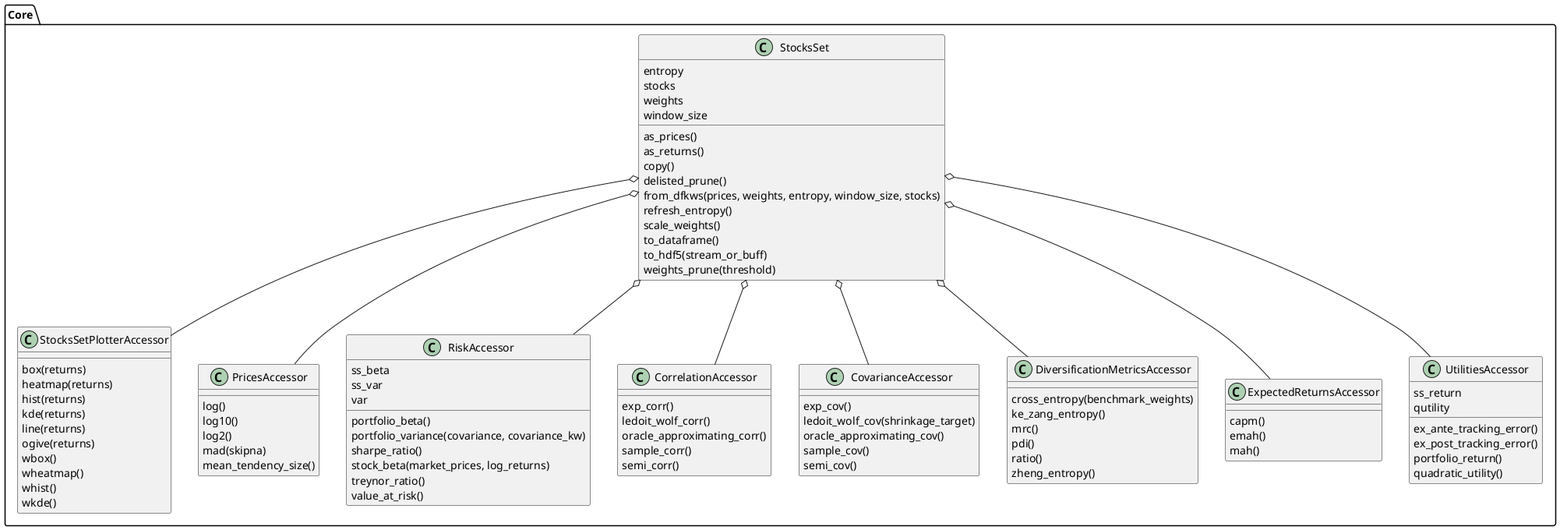
This is assets/diagrams/classes_core.png from quatrope/garpar, a PlantUML export, as it was before one commit.
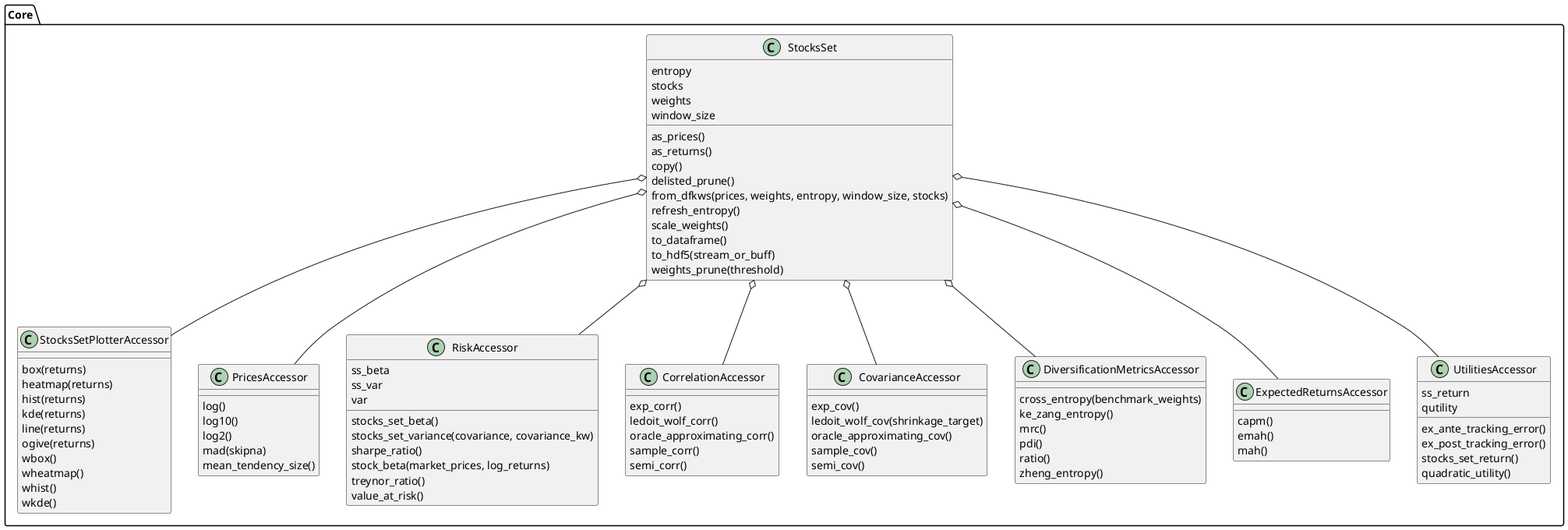
After the change.

The edit, as a diff of the source:
```diff
@@ -2,7 +2,7 @@
 set namespaceSeparator none
 package Core{
 
-  class "StocksSet" as garpar.core.portfolio.StocksSet {
+  class "StocksSet" as garpar.core.stocks_set.StocksSet {
     entropy
     stocks
     weights
@@ -41,8 +41,8 @@
     ss_beta
     ss_var
     var
-    portfolio_beta()
-    portfolio_variance(covariance, covariance_kw)
+    stocks_set_beta()
+    stocks_set_variance(covariance, covariance_kw)
     sharpe_ratio()
     stock_beta(market_prices, log_returns)
     treynor_ratio()
@@ -80,18 +80,18 @@
     qutility
     ex_ante_tracking_error()
     ex_post_tracking_error()
-    portfolio_return()
+    stocks_set_return()
     quadratic_utility()
   }
 }
 
-garpar.core.portfolio.StocksSet o-- garpar.core.div_acc.DiversificationMetricsAccessor
-garpar.core.portfolio.StocksSet o-- garpar.core.plot_acc.StocksSetPlotterAccessor
-garpar.core.portfolio.StocksSet o-- garpar.core.risk_acc.RiskAccessor
-garpar.core.portfolio.StocksSet o-- garpar.core.prices_acc.PricesAccessor
-garpar.core.portfolio.StocksSet o-- garpar.core.covcorr_acc.CovarianceAccessor
-garpar.core.portfolio.StocksSet o-- garpar.core.covcorr_acc.CorrelationAccessor
-garpar.core.portfolio.StocksSet o-- garpar.core.ereturns_acc.ExpectedReturnsAccessor
-garpar.core.portfolio.StocksSet o-- garpar.core.utilities_acc.UtilitiesAccessor
+garpar.core.stocks_set.StocksSet o-- garpar.core.div_acc.DiversificationMetricsAccessor
+garpar.core.stocks_set.StocksSet o-- garpar.core.plot_acc.StocksSetPlotterAccessor
+garpar.core.stocks_set.StocksSet o-- garpar.core.risk_acc.RiskAccessor
+garpar.core.stocks_set.StocksSet o-- garpar.core.prices_acc.PricesAccessor
+garpar.core.stocks_set.StocksSet o-- garpar.core.covcorr_acc.CovarianceAccessor
+garpar.core.stocks_set.StocksSet o-- garpar.core.covcorr_acc.CorrelationAccessor
+garpar.core.stocks_set.StocksSet o-- garpar.core.ereturns_acc.ExpectedReturnsAccessor
+garpar.core.stocks_set.StocksSet o-- garpar.core.utilities_acc.UtilitiesAccessor
 
 @enduml
```
